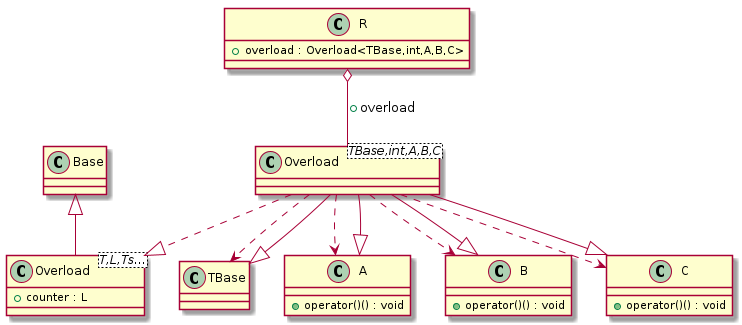
Above: docs/test_cases/t00032_class.png in bkryza/clang-uml (PlantUML), before the change.
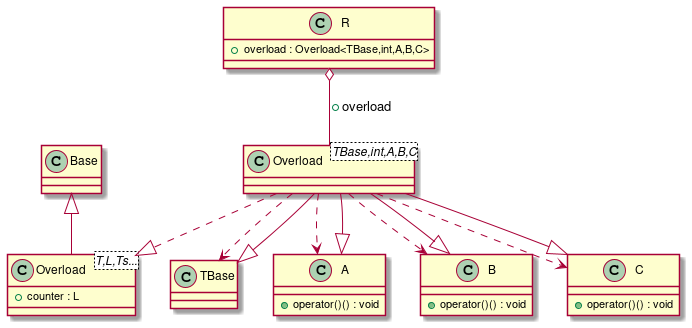
The same file after the commit.

Change to the diagram source:
```diff
@@ -1,58 +1,58 @@
 @startuml
-class "Base" as C_0000000419
+class "Base" as C_0000000509
 
-class "TBase" as C_0000000421
+class "TBase" as C_0000000511
 
-class "A" as C_0000000423
+class "A" as C_0000000513
 
-class "B" as C_0000000425
+class "B" as C_0000000515
 
-class "C" as C_0000000427
+class "C" as C_0000000517
 
-class "Overload<T,L,Ts...>" as C_0000000429
+class "Overload<T,L,Ts...>" as C_0000000519
 
-class "Overload<TBase,int,A,B,C>" as C_0000000432
+class "Overload<TBase,int,A,B,C>" as C_0000000522
 
-class "R" as C_0000000431
+class "R" as C_0000000521
 
-class C_0000000419 {
+class C_0000000509 {
 }
 
-class C_0000000421 {
+class C_0000000511 {
 }
 
-class C_0000000423 {
+class C_0000000513 {
 +operator()() : void
 }
 
-class C_0000000425 {
+class C_0000000515 {
 +operator()() : void
 }
 
-class C_0000000427 {
+class C_0000000517 {
 +operator()() : void
 }
 
-class C_0000000429 {
+class C_0000000519 {
 +counter : L
 }
-C_0000000419 <|-- C_0000000429
+C_0000000509 <|-- C_0000000519
 
-class C_0000000432 {
+class C_0000000522 {
 }
-C_0000000421 <|-- C_0000000432
-C_0000000423 <|-- C_0000000432
-C_0000000425 <|-- C_0000000432
-C_0000000427 <|-- C_0000000432
-C_0000000432 ..> C_0000000421
-C_0000000432 ..> C_0000000423
-C_0000000432 ..> C_0000000425
-C_0000000432 ..> C_0000000427
-C_0000000432 ..|> C_0000000429
+C_0000000511 <|-- C_0000000522
+C_0000000513 <|-- C_0000000522
+C_0000000515 <|-- C_0000000522
+C_0000000517 <|-- C_0000000522
+C_0000000522 ..> C_0000000511
+C_0000000522 ..> C_0000000513
+C_0000000522 ..> C_0000000515
+C_0000000522 ..> C_0000000517
+C_0000000522 ..|> C_0000000519
 
-class C_0000000431 {
+class C_0000000521 {
 +overload : Overload<TBase,int,A,B,C>
 }
-C_0000000431 o-- C_0000000432 : +overload
+C_0000000521 o-- C_0000000522 : +overload
 
 @enduml
```
